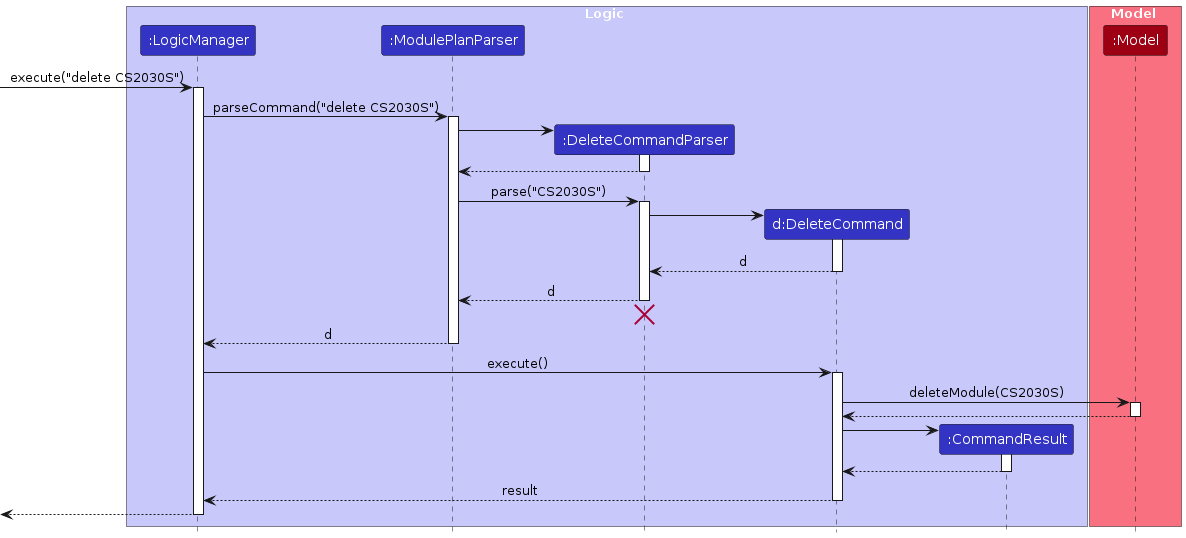
yyyaohhh/tp keeps this PlantUML diagram as diagrams/DeleteSequenceDiagram.png. Above is the earlier version. Its source is kept beside it as diagrams/DeleteSequenceDiagram.puml.
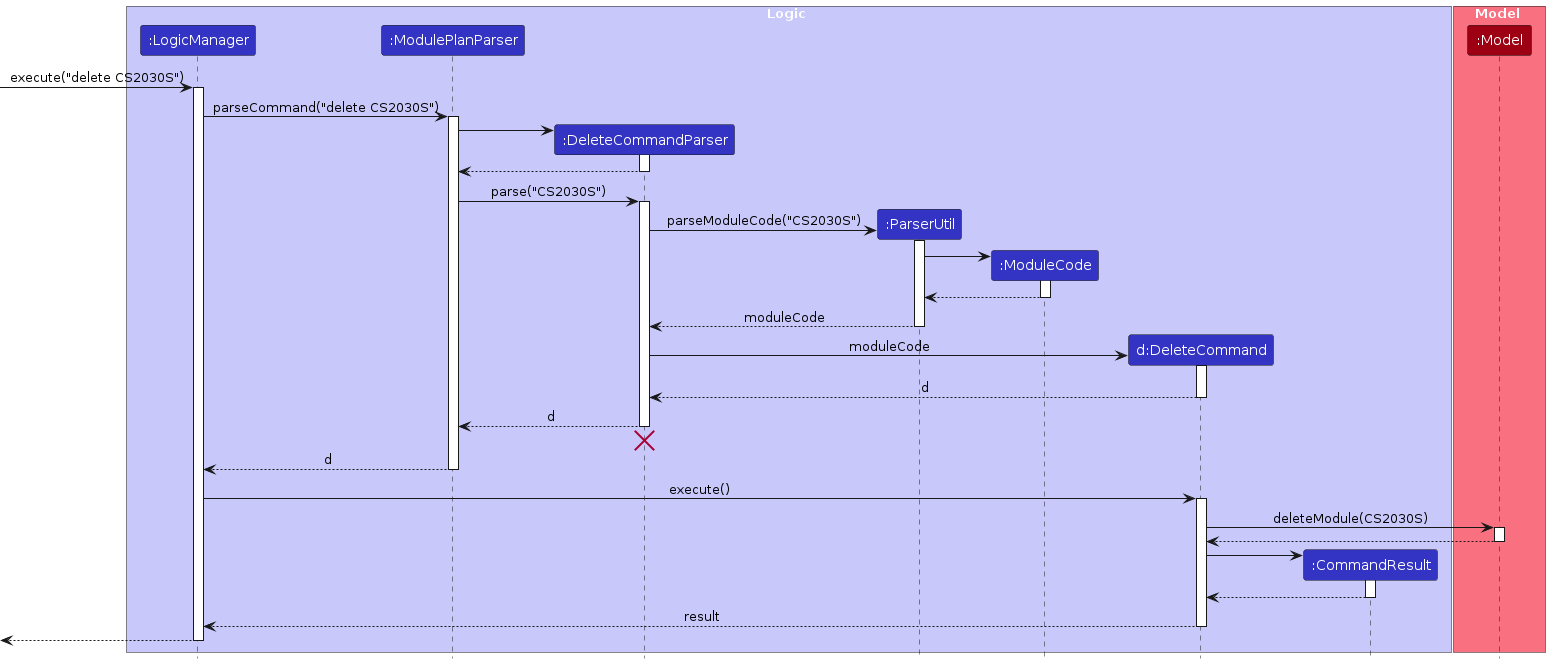
The same diagram one commit later.

Change to the diagram source:
```diff
@@ -6,6 +6,8 @@
 participant ":LogicManager" as LogicManager LOGIC_COLOR
 participant ":ModulePlanParser" as ModulePlanParser LOGIC_COLOR
 participant ":DeleteCommandParser" as DeleteCommandParser LOGIC_COLOR
+participant ":ParserUtil" as ParserUtil LOGIC_COLOR
+participant ":ModuleCode" as ModuleCode LOGIC_COLOR
 participant "d:DeleteCommand" as DeleteCommand LOGIC_COLOR
 participant ":CommandResult" as CommandResult LOGIC_COLOR
 end box
@@ -30,8 +32,22 @@
 ModulePlanParser -> DeleteCommandParser : parse("CS2030S")
 activate DeleteCommandParser
 
+
+create ParserUtil
+DeleteCommandParser -> ParserUtil : parseModuleCode("CS2030S")
+activate ParserUtil
+
+create ModuleCode
+ParserUtil -> ModuleCode
+activate ModuleCode
+ModuleCode --> ParserUtil
+deactivate ModuleCode
+
+ParserUtil --> DeleteCommandParser : moduleCode
+deactivate ParserUtil
+
 create DeleteCommand
-DeleteCommandParser -> DeleteCommand
+DeleteCommandParser -> DeleteCommand : moduleCode
 activate DeleteCommand
 
 DeleteCommand --> DeleteCommandParser : d
```
